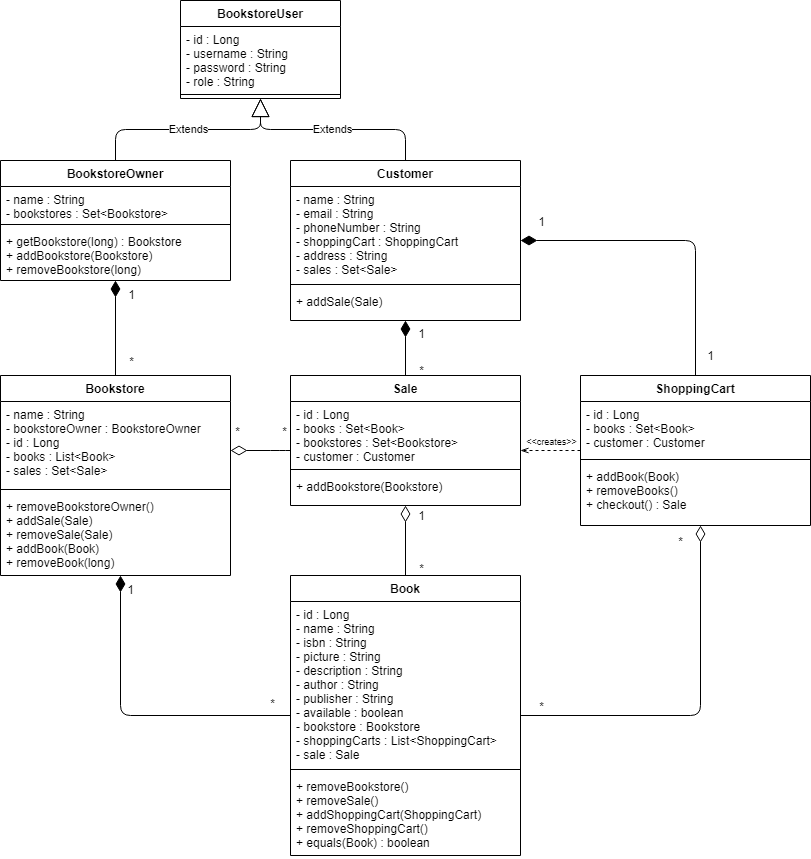
Earlier version of the draw.io export uml/UML_ClassDiagram.png (thomasbryk/4806_Project). Source tidied: cells renumbered, new cells last; positions are measured from the earlier drawing's top-left corner, leaving out a move shared by most shapes.
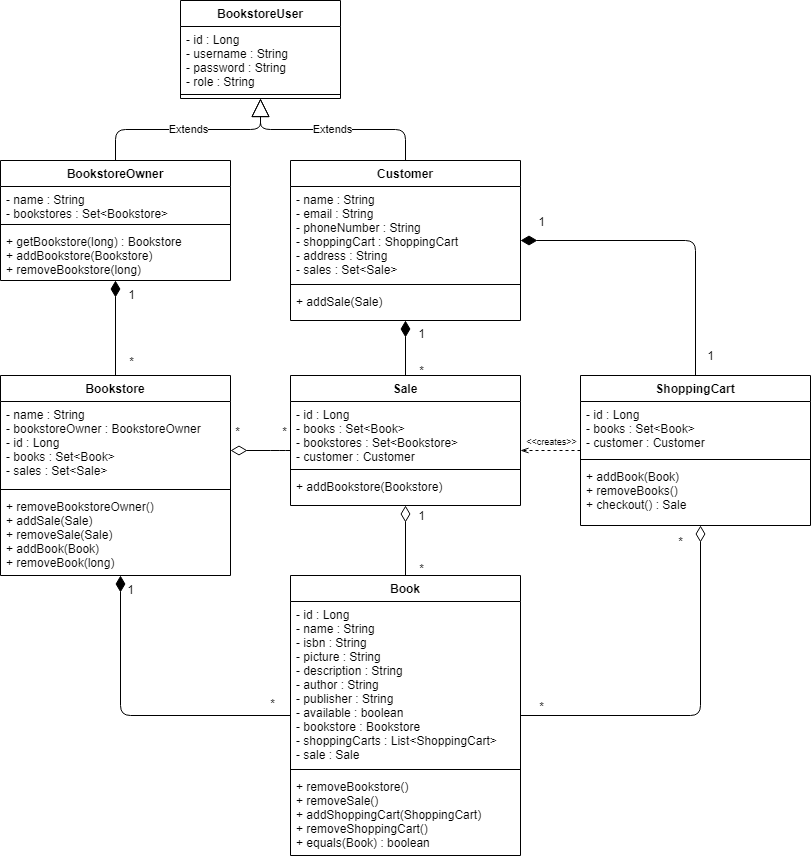
After the commit.

Commit message:
Updated class diagram to include change for Books in Bookstore

Change to the diagram source:
```diff
@@ -140,7 +140,7 @@
     <mxCell id="31" value="Bookstore" style="swimlane;fontStyle=1;align=center;verticalAlign=top;horizontal=1;startSize=26;" parent="1" vertex="1">
       <mxGeometry y="375" width="230" height="200" as="geometry" />
     </mxCell>
-    <mxCell id="32" value="- name : String&#10;- bookstoreOwner : BookstoreOwner&#10;- id : Long&#10;- books : List&lt;Book&gt;&#10;- sales : Set&lt;Sale&gt;" style="text;strokeColor=none;fillColor=none;align=left;verticalAlign=top;spacingLeft=4;spacingRight=4;overflow=hidden;points=[[0,0.5],[1,0.5]];portConstraint=eastwest;" parent="31" vertex="1">
+    <mxCell id="32" value="- name : String&#10;- bookstoreOwner : BookstoreOwner&#10;- id : Long&#10;- books : Set&lt;Book&gt;&#10;- sales : Set&lt;Sale&gt;" style="text;strokeColor=none;fillColor=none;align=left;verticalAlign=top;spacingLeft=4;spacingRight=4;overflow=hidden;points=[[0,0.5],[1,0.5]];portConstraint=eastwest;" parent="31" vertex="1">
       <mxGeometry y="26" width="230" height="84" as="geometry" />
     </mxCell>
     <mxCell id="33" style="line;strokeWidth=1;fillColor=none;align=left;verticalAlign=middle;spacingTop=-1;spacingLeft=3;spacingRight=3;labelPosition=right;" parent="31" vertex="1">
```
